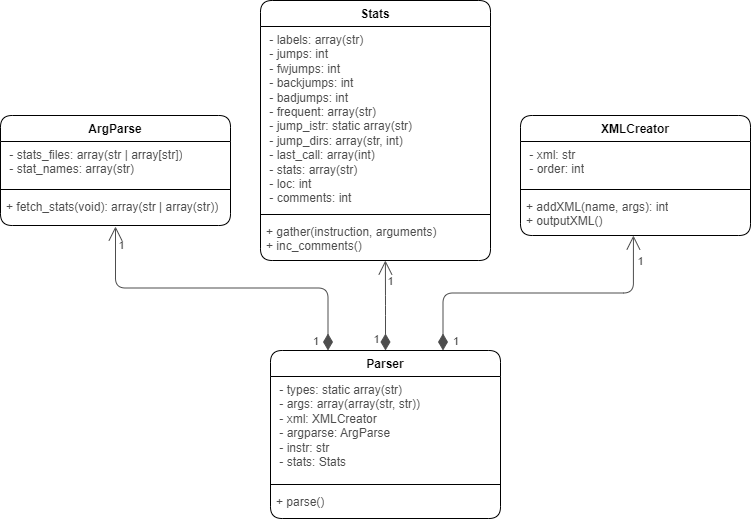
jkalend/VUT-IPP keeps this draw.io diagram as img/IPP1_UML.drawio.png. Above is the earlier version. Source tidied: cells renumbered, new cells last; positions are measured from the earlier drawing's top-left corner, leaving out a move shared by most shapes.
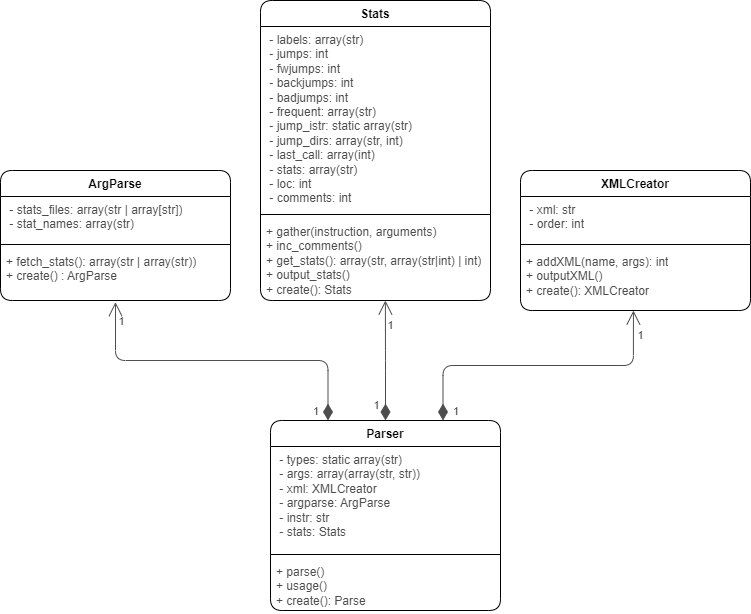
After the change.

The edit, as a diff of the source:
```diff
@@ -3,7 +3,7 @@
     <mxCell id="0" />
     <mxCell id="1" parent="0" />
     <mxCell id="2" value="ArgParse" style="swimlane;fontStyle=1;align=center;verticalAlign=top;horizontal=1;startSize=26;whiteSpace=wrap;html=1;rounded=1;" parent="1" vertex="1">
-      <mxGeometry y="115" width="230" height="110" as="geometry" />
+      <mxGeometry y="100" width="230" height="130" as="geometry" />
     </mxCell>
     <mxCell id="3" value="&amp;nbsp;- stats_files: array(str | array[str])&lt;br&gt;&amp;nbsp;- stat_names&lt;span style=&quot;background-color: initial;&quot;&gt;: array(str)&lt;/span&gt;" style="text;strokeColor=none;fillColor=none;align=left;verticalAlign=top;spacingLeft=4;spacingRight=4;overflow=hidden;whiteSpace=wrap;html=1;fontColor=#4D4D4D;rounded=1;" parent="2" vertex="1">
       <mxGeometry y="26" width="230" height="44" as="geometry" />
@@ -11,11 +11,11 @@
     <mxCell id="4" style="line;strokeWidth=1;fillColor=none;align=left;verticalAlign=middle;spacingTop=-1;spacingLeft=3;spacingRight=3;labelPosition=right;strokeColor=inherit;rounded=1;" parent="2" vertex="1">
       <mxGeometry y="70" width="230" height="8" as="geometry" />
     </mxCell>
-    <mxCell id="5" value="+ fetch_stats(void): array(str | array(str))" style="text;strokeColor=none;fillColor=none;align=left;verticalAlign=top;spacingLeft=4;spacingRight=4;overflow=hidden;points=[[0,0.5],[1,0.5]];portConstraint=eastwest;whiteSpace=wrap;html=1;fontColor=#4D4D4D;rounded=1;" parent="2" vertex="1">
-      <mxGeometry y="78" width="230" height="32" as="geometry" />
+    <mxCell id="5" value="+ fetch_stats(): array(str | array(str))&lt;br&gt;+ create() : ArgParse" style="text;strokeColor=none;fillColor=none;align=left;verticalAlign=top;spacingLeft=4;spacingRight=4;overflow=hidden;points=[[0,0.5],[1,0.5]];portConstraint=eastwest;whiteSpace=wrap;html=1;fontColor=#4D4D4D;rounded=1;" parent="2" vertex="1">
+      <mxGeometry y="78" width="230" height="52" as="geometry" />
     </mxCell>
     <mxCell id="6" value="XMLCreator" style="swimlane;fontStyle=1;align=center;verticalAlign=top;horizontal=1;startSize=26;whiteSpace=wrap;html=1;rounded=1;" parent="1" vertex="1">
-      <mxGeometry x="520" y="115" width="230" height="120" as="geometry" />
+      <mxGeometry x="520" y="100" width="230" height="140" as="geometry" />
     </mxCell>
     <mxCell id="7" value="&amp;nbsp;- xml: str&lt;br&gt;&amp;nbsp;- order&lt;span style=&quot;background-color: initial;&quot;&gt;: int&lt;/span&gt;" style="text;strokeColor=none;fillColor=none;align=left;verticalAlign=top;spacingLeft=4;spacingRight=4;overflow=hidden;whiteSpace=wrap;html=1;fontColor=#4D4D4D;rounded=1;" parent="6" vertex="1">
       <mxGeometry y="26" width="230" height="44" as="geometry" />
@@ -23,11 +23,11 @@
     <mxCell id="8" style="line;strokeWidth=1;fillColor=none;align=left;verticalAlign=middle;spacingTop=-1;spacingLeft=3;spacingRight=3;labelPosition=right;strokeColor=inherit;rounded=1;" parent="6" vertex="1">
       <mxGeometry y="70" width="230" height="8" as="geometry" />
     </mxCell>
-    <mxCell id="9" value="+ addXML(name, args): int&lt;br&gt;+ outputXML()" style="text;strokeColor=none;fillColor=none;align=left;verticalAlign=top;spacingLeft=4;spacingRight=4;overflow=hidden;points=[[0,0.5],[1,0.5]];portConstraint=eastwest;whiteSpace=wrap;html=1;fontColor=#4D4D4D;rounded=1;" parent="6" vertex="1">
-      <mxGeometry y="78" width="230" height="42" as="geometry" />
+    <mxCell id="9" value="+ addXML(name, args): int&lt;br&gt;+ outputXML()&lt;br&gt;+ create(): XMLCreator" style="text;strokeColor=none;fillColor=none;align=left;verticalAlign=top;spacingLeft=4;spacingRight=4;overflow=hidden;points=[[0,0.5],[1,0.5]];portConstraint=eastwest;whiteSpace=wrap;html=1;fontColor=#4D4D4D;rounded=1;" parent="6" vertex="1">
+      <mxGeometry y="78" width="230" height="62" as="geometry" />
     </mxCell>
     <mxCell id="10" value="Stats" style="swimlane;fontStyle=1;align=center;verticalAlign=top;horizontal=1;startSize=26;whiteSpace=wrap;html=1;rounded=1;" parent="1" vertex="1">
-      <mxGeometry x="260" width="230" height="260" as="geometry" />
+      <mxGeometry x="260" y="-70" width="230" height="300" as="geometry" />
     </mxCell>
     <mxCell id="11" value="&amp;nbsp;- labels: array(str)&lt;br&gt;&amp;nbsp;- jumps&lt;span style=&quot;background-color: initial;&quot;&gt;: int&lt;br&gt;&amp;nbsp;- fwjumps: int&lt;br&gt;&amp;nbsp;- backjumps: int&lt;br&gt;&amp;nbsp;- badjumps: int&lt;br&gt;&amp;nbsp;- frequent: array(str)&lt;br&gt;&amp;nbsp;- jump_istr: static array(str)&lt;br&gt;&amp;nbsp;- jump_dirs: array(str, int)&lt;br&gt;&amp;nbsp;- last_call: array(int)&lt;br&gt;&amp;nbsp;- stats: array(str)&lt;br&gt;&amp;nbsp;- loc: int&lt;br&gt;&amp;nbsp;- comments: int&lt;br&gt;&lt;/span&gt;" style="text;strokeColor=none;fillColor=none;align=left;verticalAlign=top;spacingLeft=4;spacingRight=4;overflow=hidden;whiteSpace=wrap;html=1;fontColor=#4D4D4D;rounded=1;" parent="10" vertex="1">
       <mxGeometry y="26" width="230" height="184" as="geometry" />
@@ -35,11 +35,11 @@
     <mxCell id="12" style="line;strokeWidth=1;fillColor=none;align=left;verticalAlign=middle;spacingTop=-1;spacingLeft=3;spacingRight=3;labelPosition=right;strokeColor=inherit;rounded=1;" parent="10" vertex="1">
       <mxGeometry y="210" width="230" height="8" as="geometry" />
     </mxCell>
-    <mxCell id="13" value="+ gather(instruction, arguments)&amp;nbsp;&lt;br&gt;+ inc_comments()" style="text;strokeColor=none;fillColor=none;align=left;verticalAlign=top;spacingLeft=4;spacingRight=4;overflow=hidden;points=[[0,0.5],[1,0.5]];portConstraint=eastwest;whiteSpace=wrap;html=1;fontColor=#4D4D4D;rounded=1;" parent="10" vertex="1">
-      <mxGeometry y="218" width="230" height="42" as="geometry" />
+    <mxCell id="13" value="+ gather(instruction, arguments)&amp;nbsp;&lt;br&gt;+ inc_comments()&lt;br&gt;+ get_stats(): array(str, array(str|int) | int)&lt;br&gt;+ output_stats()&lt;br&gt;+ create(): Stats&amp;nbsp;" style="text;strokeColor=none;fillColor=none;align=left;verticalAlign=top;spacingLeft=4;spacingRight=4;overflow=hidden;points=[[0,0.5],[1,0.5]];portConstraint=eastwest;whiteSpace=wrap;html=1;fontColor=#4D4D4D;rounded=1;" parent="10" vertex="1">
+      <mxGeometry y="218" width="230" height="82" as="geometry" />
     </mxCell>
     <mxCell id="14" value="Parser" style="swimlane;fontStyle=1;align=center;verticalAlign=top;horizontal=1;startSize=26;whiteSpace=wrap;html=1;rounded=1;" parent="1" vertex="1">
-      <mxGeometry x="270" y="350" width="230" height="168" as="geometry" />
+      <mxGeometry x="270" y="350" width="230" height="190" as="geometry" />
     </mxCell>
     <mxCell id="15" value="&amp;nbsp;- types: static array(str)&lt;span style=&quot;background-color: initial;&quot;&gt;&lt;br&gt;&amp;nbsp;- args: array(array(str, str))&lt;br&gt;&amp;nbsp;- xml: XMLCreator&lt;br&gt;&amp;nbsp;- argparse: ArgParse&lt;br&gt;&amp;nbsp;- instr: str&lt;br&gt;&amp;nbsp;- stats: Stats&lt;br&gt;&lt;/span&gt;" style="text;strokeColor=none;fillColor=none;align=left;verticalAlign=top;spacingLeft=4;spacingRight=4;overflow=hidden;whiteSpace=wrap;html=1;fontColor=#4D4D4D;rounded=1;" parent="14" vertex="1">
       <mxGeometry y="26" width="230" height="104" as="geometry" />
@@ -47,8 +47,8 @@
     <mxCell id="16" style="line;strokeWidth=1;fillColor=none;align=left;verticalAlign=middle;spacingTop=-1;spacingLeft=3;spacingRight=3;labelPosition=right;strokeColor=inherit;rounded=1;" parent="14" vertex="1">
       <mxGeometry y="130" width="230" height="8" as="geometry" />
     </mxCell>
-    <mxCell id="17" value="+ parse()" style="text;strokeColor=none;fillColor=none;align=left;verticalAlign=top;spacingLeft=4;spacingRight=4;overflow=hidden;whiteSpace=wrap;html=1;fontColor=#4D4D4D;rounded=1;" parent="14" vertex="1">
-      <mxGeometry y="138" width="230" height="30" as="geometry" />
+    <mxCell id="17" value="+ parse()&lt;br&gt;+ usage()&lt;br&gt;+ create(): Parse" style="text;strokeColor=none;fillColor=none;align=left;verticalAlign=top;spacingLeft=4;spacingRight=4;overflow=hidden;whiteSpace=wrap;html=1;fontColor=#4D4D4D;rounded=1;" parent="14" vertex="1">
+      <mxGeometry y="138" width="230" height="52" as="geometry" />
     </mxCell>
     <mxCell id="18" style="endArrow=open;html=1;endSize=12;startArrow=diamondThin;startSize=14;startFill=1;edgeStyle=orthogonalEdgeStyle;align=left;verticalAlign=bottom;rounded=1;exitX=0.5;exitY=0;exitDx=0;exitDy=0;entryX=0.543;entryY=1;entryDx=0;entryDy=0;entryPerimeter=0;fontColor=#4D4D4D;strokeColor=#4D4D4D;" parent="1" edge="1" source="14" target="13">
       <mxGeometry x="-0.78" y="25" relative="1" as="geometry" />
@@ -75,6 +75,10 @@
     </mxCell>
     <mxCell id="23" value="1" style="endArrow=open;html=1;endSize=12;startArrow=diamondThin;startSize=14;startFill=1;edgeStyle=orthogonalEdgeStyle;align=left;verticalAlign=bottom;rounded=1;exitX=0.25;exitY=0;exitDx=0;exitDy=0;entryX=0.5;entryY=1.031;entryDx=0;entryDy=0;entryPerimeter=0;fontColor=#4D4D4D;strokeColor=#4D4D4D;labelBackgroundColor=none;" parent="1" edge="1" source="14" target="5">
       <mxGeometry x="-1" y="18" relative="1" as="geometry">
+        <Array as="points">
+          <mxPoint x="328" y="290" />
+          <mxPoint x="115" y="290" />
+        </Array>
         <mxPoint x="1" as="offset" />
       </mxGeometry>
     </mxCell>
```
